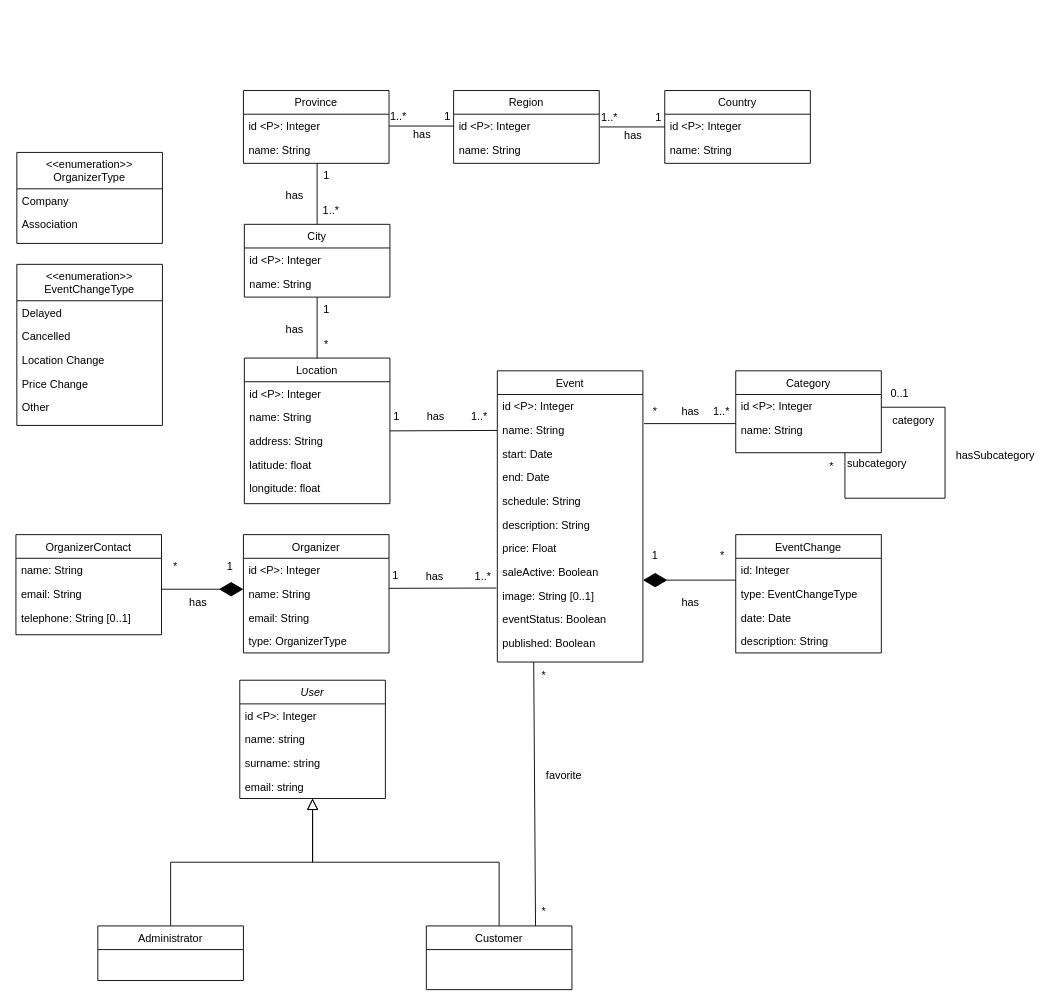
This is conceptual-diagram.drawio from danielpilot/event-database, a draw.io file, before an edit. Source tidied: cells renumbered, new cells numbered last; positions are measured from the earlier drawing's top-left corner, leaving out a move shared by most shapes. Both pictures are drawn from the tidied source at 91%, with x=0, y=0 at pixel (15, 90).
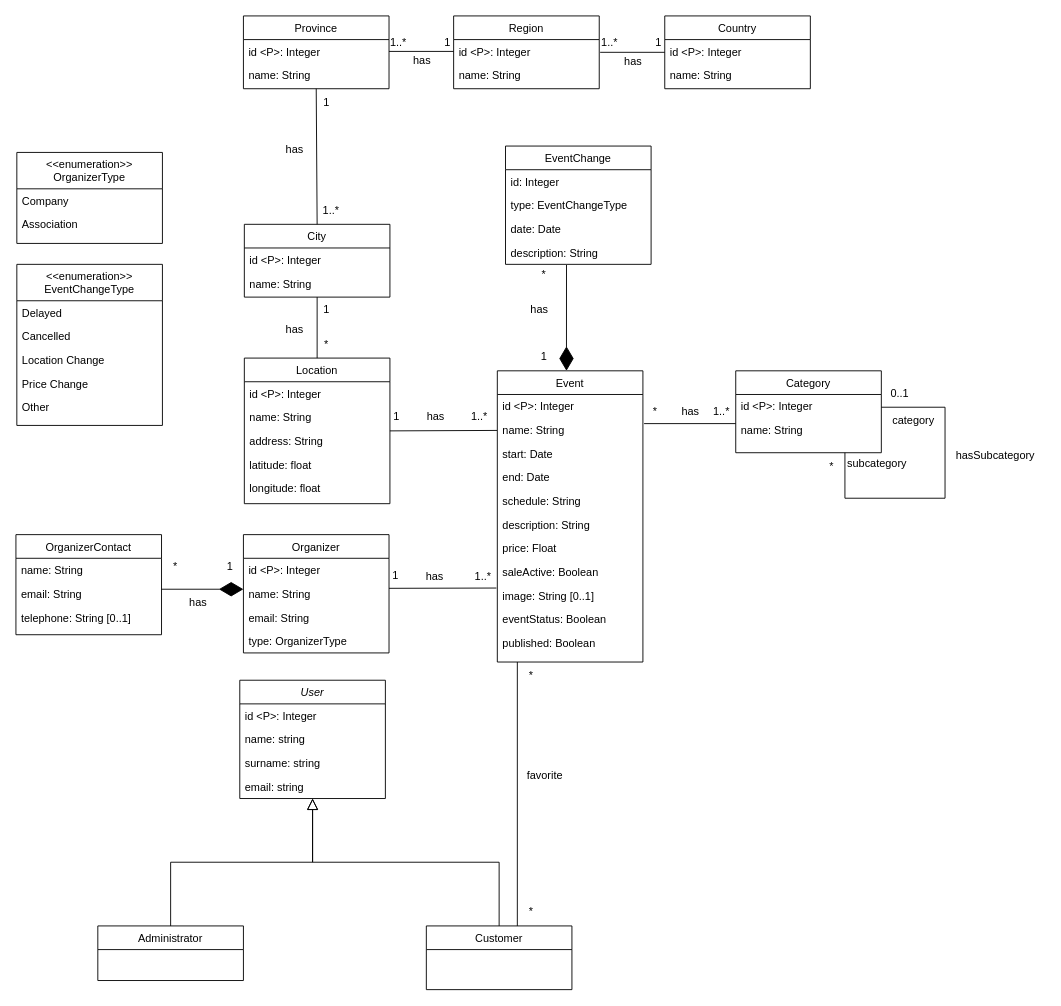
Above is the later version.

Commit message:
Reorganize information

Unchanged cells that the change refers to:
```xml
<mxCell id="9" value="Customer" style="swimlane;fontStyle=0;align=center;verticalAlign=top;horizontal=1;startSize=26;rounded=0;shadow=0;strokeWidth=1;" parent="1" vertex="1">
  <mxGeometry x="451" y="918" width="160" height="70" as="geometry" />
</mxCell>
<mxCell id="11" value="Event" style="swimlane;fontStyle=0;align=center;verticalAlign=top;horizontal=1;startSize=26;rounded=0;shadow=0;strokeWidth=1;" parent="1" vertex="1">
  <mxGeometry x="529" y="308" width="160" height="320" as="geometry" />
</mxCell>
<mxCell id="101" value="description: String" style="text;align=left;verticalAlign=top;spacingLeft=4;spacingRight=4;overflow=hidden;points=[[0,0.5],[1,0.5]];portConstraint=eastwest;rounded=0;shadow=0;html=0;" parent="97" vertex="1">
  <mxGeometry y="104" width="160" height="26" as="geometry" />
</mxCell>
```

Change to the diagram source:
```diff
@@
     <mxCell id="72" value="Province" style="swimlane;fontStyle=0;align=center;verticalAlign=top;horizontal=1;startSize=26;rounded=0;shadow=0;strokeWidth=1;" parent="1" vertex="1">
-      <mxGeometry x="250" width="160" height="80" as="geometry" />
+      <mxGeometry x="250" y="-82" width="160" height="80" as="geometry" />
     </mxCell>
@@
     <mxCell id="75" value="Region" style="swimlane;fontStyle=0;align=center;verticalAlign=top;horizontal=1;startSize=26;rounded=0;shadow=0;strokeWidth=1;" parent="1" vertex="1">
-      <mxGeometry x="481" width="160" height="80" as="geometry" />
+      <mxGeometry x="481" y="-82" width="160" height="80" as="geometry" />
     </mxCell>
@@
     <mxCell id="78" value="Country" style="swimlane;fontStyle=0;align=center;verticalAlign=top;horizontal=1;startSize=26;rounded=0;shadow=0;strokeWidth=1;" parent="1" vertex="1">
-      <mxGeometry x="713" width="160" height="80" as="geometry" />
+      <mxGeometry x="713" y="-82" width="160" height="80" as="geometry" />
     </mxCell>
@@
-    <mxCell id="85" style="endArrow=none;html=1;rounded=0;exitX=0.5;exitY=0;exitDx=0;exitDy=0;entryX=0.5;entryY=1;entryDx=0;entryDy=0;" parent="1" edge="1">
+    <mxCell id="85" style="endArrow=none;html=1;rounded=0;exitX=0.5;exitY=0;exitDx=0;exitDy=0;entryX=0.5;entryY=1;entryDx=0;entryDy=0;" parent="1" edge="1" target="72">
       <mxGeometry relative="1" as="geometry">
         <mxPoint x="331" y="147" as="sourcePoint" />
-        <mxPoint x="331" y="80" as="targetPoint" />
       </mxGeometry>
     </mxCell>
     <mxCell id="86" value="1" style="text;html=1;align=center;verticalAlign=middle;strokeColor=none;fillColor=none;" parent="1" vertex="1">
-      <mxGeometry x="326" y="79" width="30" height="30" as="geometry" />
+      <mxGeometry x="326" y="-2" width="30" height="30" as="geometry" />
     </mxCell>
@@
     <mxCell id="88" value="has" style="text;html=1;align=center;verticalAlign=middle;strokeColor=none;fillColor=none;" parent="1" vertex="1">
-      <mxGeometry x="286" y="101" width="40" height="30" as="geometry" />
+      <mxGeometry x="286" y="50" width="40" height="30" as="geometry" />
     </mxCell>
     <mxCell id="89" value="1" style="text;html=1;align=center;verticalAlign=middle;strokeColor=none;fillColor=none;" parent="1" vertex="1">
-      <mxGeometry x="459" y="14" width="30" height="30" as="geometry" />
+      <mxGeometry x="459" y="-68" width="30" height="30" as="geometry" />
     </mxCell>
     <mxCell id="90" value="1..*" style="text;html=1;align=center;verticalAlign=middle;strokeColor=none;fillColor=none;" parent="1" vertex="1">
-      <mxGeometry x="400" y="14" width="40" height="30" as="geometry" />
+      <mxGeometry x="400" y="-68" width="40" height="30" as="geometry" />
     </mxCell>
     <mxCell id="91" value="has" style="text;html=1;align=center;verticalAlign=middle;strokeColor=none;fillColor=none;" parent="1" vertex="1">
-      <mxGeometry x="426" y="34" width="40" height="30" as="geometry" />
+      <mxGeometry x="426" y="-48" width="40" height="30" as="geometry" />
     </mxCell>
@@
     <mxCell id="93" value="1" style="text;html=1;align=center;verticalAlign=middle;strokeColor=none;fillColor=none;" parent="1" vertex="1">
-      <mxGeometry x="691" y="15" width="30" height="30" as="geometry" />
+      <mxGeometry x="691" y="-67" width="30" height="30" as="geometry" />
     </mxCell>
     <mxCell id="94" value="1..*" style="text;html=1;align=center;verticalAlign=middle;strokeColor=none;fillColor=none;" parent="1" vertex="1">
-      <mxGeometry x="632" y="15" width="40" height="30" as="geometry" />
+      <mxGeometry x="632" y="-67" width="40" height="30" as="geometry" />
     </mxCell>
     <mxCell id="95" value="has" style="text;html=1;align=center;verticalAlign=middle;strokeColor=none;fillColor=none;" parent="1" vertex="1">
-      <mxGeometry x="658" y="35" width="40" height="30" as="geometry" />
+      <mxGeometry x="658" y="-47" width="40" height="30" as="geometry" />
     </mxCell>
     <mxCell id="96" style="endArrow=none;html=1;rounded=0;exitX=1;exitY=0.5;exitDx=0;exitDy=0;entryX=0;entryY=0.5;entryDx=0;entryDy=0;" parent="1" edge="1">
       <mxGeometry relative="1" as="geometry">
-        <mxPoint x="642" y="40" as="sourcePoint" />
-        <mxPoint x="713" y="40" as="targetPoint" />
+        <mxPoint x="642" y="-42" as="sourcePoint" />
+        <mxPoint x="713" y="-42" as="targetPoint" />
       </mxGeometry>
     </mxCell>
     <mxCell id="97" value="EventChange" style="swimlane;fontStyle=0;align=center;verticalAlign=top;horizontal=1;startSize=26;rounded=0;shadow=0;strokeWidth=1;" parent="1" vertex="1">
-      <mxGeometry x="791" y="488" width="160" height="130" as="geometry" />
+      <mxGeometry x="538" y="61" width="160" height="130" as="geometry" />
     </mxCell>
@@
-    <mxCell id="102" style="endArrow=diamondThin;endFill=1;endSize=24;html=1;rounded=0;entryX=0.985;entryY=-0.154;entryDx=0;entryDy=0;entryPerimeter=0;" parent="1" edge="1">
+    <mxCell id="102" style="endArrow=diamondThin;endFill=1;endSize=24;html=1;rounded=0;exitX=0.419;exitY=1.027;exitDx=0;exitDy=0;exitPerimeter=0;" parent="1" edge="1" source="101">
       <mxGeometry relative="1" as="geometry">
-        <mxPoint x="791" y="538" as="sourcePoint" />
-        <mxPoint x="689" y="538" as="targetPoint" />
+        <mxPoint x="605" y="308" as="targetPoint" />
       </mxGeometry>
     </mxCell>
     <mxCell id="103" value="1" style="text;html=1;align=center;verticalAlign=middle;strokeColor=none;fillColor=none;" parent="1" vertex="1">
-      <mxGeometry x="687" y="496" width="30" height="30" as="geometry" />
+      <mxGeometry x="565" y="278" width="30" height="30" as="geometry" />
     </mxCell>
     <mxCell id="104" value="*" style="text;html=1;align=center;verticalAlign=middle;strokeColor=none;fillColor=none;" parent="1" vertex="1">
-      <mxGeometry x="761" y="496" width="30" height="30" as="geometry" />
+      <mxGeometry x="565" y="188" width="30" height="30" as="geometry" />
     </mxCell>
     <mxCell id="105" value="has" style="text;html=1;align=center;verticalAlign=middle;strokeColor=none;fillColor=none;" parent="1" vertex="1">
-      <mxGeometry x="721" y="548" width="40" height="30" as="geometry" />
+      <mxGeometry x="555" y="226" width="40" height="30" as="geometry" />
     </mxCell>
@@
-    <mxCell id="112" style="endArrow=none;html=1;rounded=0;entryX=0.25;entryY=1;entryDx=0;entryDy=0;exitX=0.75;exitY=0;exitDx=0;exitDy=0;" parent="1" edge="1" source="9" target="11">
-      <mxGeometry relative="1" as="geometry" />
+    <mxCell id="112" style="endArrow=none;html=1;rounded=0;" parent="1" edge="1">
+      <mxGeometry relative="1" as="geometry">
+        <mxPoint x="551" y="918" as="sourcePoint" />
+        <mxPoint x="551" y="628" as="targetPoint" />
+      </mxGeometry>
     </mxCell>
     <mxCell id="113" value="*" style="text;html=1;align=center;verticalAlign=middle;strokeColor=none;fillColor=none;" parent="1" vertex="1">
-      <mxGeometry x="565" y="628" width="30" height="30" as="geometry" />
+      <mxGeometry x="551" y="628" width="30" height="30" as="geometry" />
     </mxCell>
     <mxCell id="114" value="*" style="text;html=1;align=center;verticalAlign=middle;strokeColor=none;fillColor=none;" parent="1" vertex="1">
-      <mxGeometry x="565" y="888" width="30" height="30" as="geometry" />
+      <mxGeometry x="551" y="888" width="30" height="30" as="geometry" />
     </mxCell>
     <mxCell id="115" value="favorite" style="text;html=1;align=center;verticalAlign=middle;strokeColor=none;fillColor=none;" parent="1" vertex="1">
-      <mxGeometry x="572" y="738" width="60" height="30" as="geometry" />
+      <mxGeometry x="551" y="738" width="60" height="30" as="geometry" />
     </mxCell>
```
